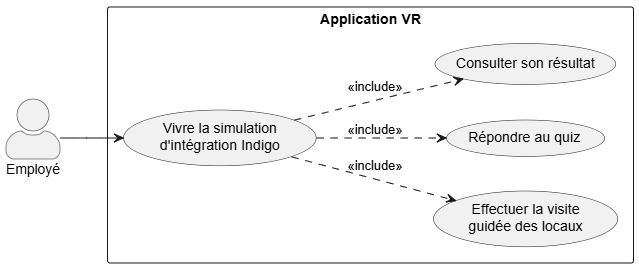
Before: images/simulation_integration_indigo.png, a diagram exported from PlantUML (sayenjabo/TynassIt_PFE). Its source is kept beside it as PUML/simulation_integration_indigo.puml.
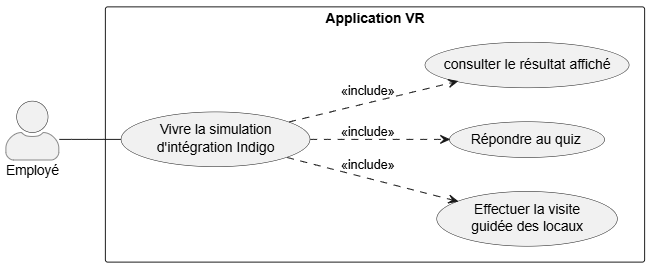
The same file after the commit.

Change to the diagram source:
```diff
@@ -16,10 +16,10 @@
 
     usecase "Répondre au quiz" as Quiz
 
-    usecase "Consulter son résultat" as Resultat
+    usecase "consulter le résultat affiché" as Resultat
 }
 
-Employe --> Simulation
+Employe -- Simulation
 
 Simulation ..> Visite : <<include>>
 Simulation ..> Quiz : <<include>>
```
